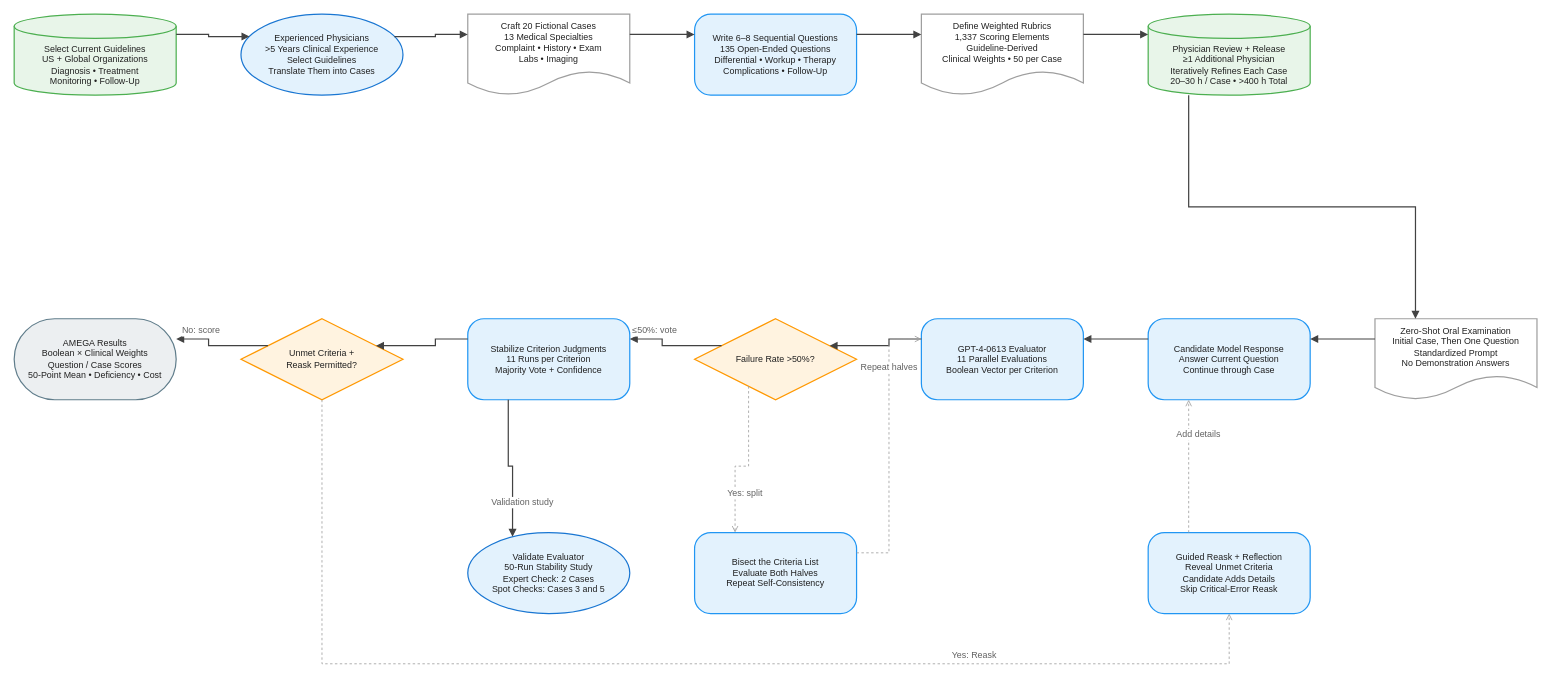
joe1chief/benchmark-hub keeps this draw.io diagram as client/public/drawio/AMEGA-LLM/AMEGA-LLM.en.drawio. Above is the earlier version. Source tidied: cells renumbered, new cells numbered last; positions are measured from the earlier drawing's top-left corner, leaving out a move shared by most shapes. Both pictures are drawn from the tidied source at 81%, with x=0, y=0 at pixel (14, 14).
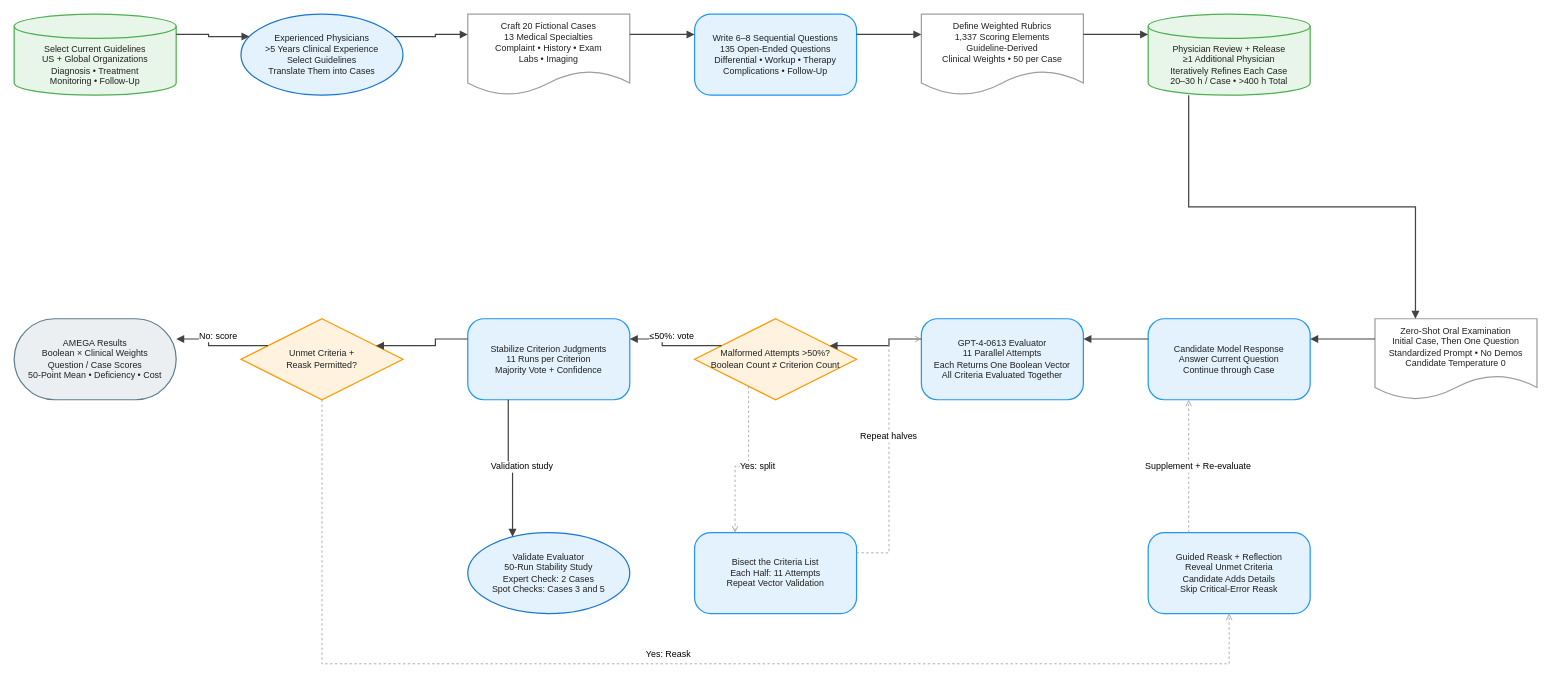
The same diagram, later.

Unchanged cells that the change refers to:
```xml
<mxCell id="9" value="Candidate Model Response&#10;Answer Current Question&#10;Continue through Case" style="rounded=1;arcSize=20;html=0;convertToSvg=1;whiteSpace=wrap;fillColor=#E3F2FD;strokeColor=#2196F3;strokeWidth=1.5;fontColor=#212121;fontSize=11;fontFamily=Arial, Helvetica, sans-serif;verticalAlign=middle;align=center;" parent="1" vertex="1">
  <mxGeometry x="1400" y="376" width="200" height="100" as="geometry" />
</mxCell>
<mxCell id="13" value="Unmet Criteria +&#10;Reask Permitted?" style="rhombus;html=0;convertToSvg=1;whiteSpace=wrap;fillColor=#FFF3E0;strokeColor=#FF9800;strokeWidth=1.5;fontColor=#212121;fontSize=11;fontFamily=Arial, Helvetica, sans-serif;verticalAlign=middle;align=center;" parent="1" vertex="1">
  <mxGeometry x="280" y="376" width="200" height="100" as="geometry" />
</mxCell>
<mxCell id="14" value="Guided Reask + Reflection&#10;Reveal Unmet Criteria&#10;Candidate Adds Details&#10;Skip Critical-Error Reask" style="rounded=1;arcSize=20;html=0;convertToSvg=1;whiteSpace=wrap;fillColor=#E3F2FD;strokeColor=#2196F3;strokeWidth=1.5;fontColor=#212121;fontSize=11;fontFamily=Arial, Helvetica, sans-serif;verticalAlign=middle;align=center;" parent="1" vertex="1">
  <mxGeometry x="1400" y="640" width="200" height="100" as="geometry" />
</mxCell>
<mxCell id="15" value="Stabilize Criterion Judgments&#10;11 Runs per Criterion&#10;Majority Vote + Confidence" style="rounded=1;arcSize=20;html=0;convertToSvg=1;whiteSpace=wrap;fillColor=#E3F2FD;strokeColor=#2196F3;strokeWidth=1.5;fontColor=#212121;fontSize=11;fontFamily=Arial, Helvetica, sans-serif;verticalAlign=middle;align=center;" parent="1" vertex="1">
  <mxGeometry x="560" y="376" width="200" height="100" as="geometry" />
</mxCell>
<mxCell id="16" value="AMEGA Results&#10;Boolean × Clinical Weights&#10;Question / Case Scores&#10;50-Point Mean • Deficiency • Cost" style="rounded=1;arcSize=50;html=0;convertToSvg=1;whiteSpace=wrap;fillColor=#ECEFF1;strokeColor=#607D8B;strokeWidth=1.5;fontColor=#212121;fontSize=11;fontFamily=Arial, Helvetica, sans-serif;verticalAlign=middle;align=center;" parent="1" vertex="1">
  <mxGeometry y="376" width="200" height="100" as="geometry" />
</mxCell>
<mxCell id="17" value="Validate Evaluator&#10;50-Run Stability Study&#10;Expert Check: 2 Cases&#10;Spot Checks: Cases 3 and 5" style="ellipse;html=0;convertToSvg=1;whiteSpace=wrap;fillColor=#E3F2FD;strokeColor=#1976D2;strokeWidth=1.5;fontColor=#212121;fontSize=11;fontFamily=Arial, Helvetica, sans-serif;verticalAlign=middle;align=center;" parent="1" vertex="1">
  <mxGeometry x="560" y="640" width="200" height="100" as="geometry" />
</mxCell>
```

The edit, as a diff of the source:
```diff
@@
-    <mxCell id="8" value="Zero-Shot Oral Examination&#10;Initial Case, Then One Question&#10;Standardized Prompt&#10;No Demonstration Answers" style="shape=document;boundedLbl=1;html=0;convertToSvg=1;whiteSpace=wrap;fillColor=#FFFFFF;strokeColor=#9E9E9E;strokeWidth=1.5;fontColor=#212121;fontSize=11;fontFamily=Arial, Helvetica, sans-serif;verticalAlign=middle;align=center;" parent="1" vertex="1">
+    <mxCell id="8" value="Zero-Shot Oral Examination&#10;Initial Case, Then One Question&#10;Standardized Prompt • No Demos&#10;Candidate Temperature 0" style="shape=document;boundedLbl=1;html=0;convertToSvg=1;whiteSpace=wrap;fillColor=#FFFFFF;strokeColor=#9E9E9E;strokeWidth=1.5;fontColor=#212121;fontSize=11;fontFamily=Arial, Helvetica, sans-serif;verticalAlign=middle;align=center;" parent="1" vertex="1">
       <mxGeometry x="1680" y="376" width="200" height="100" as="geometry" />
     </mxCell>
@@
-    <mxCell id="10" value="GPT-4-0613 Evaluator&#10;11 Parallel Evaluations&#10;Boolean Vector per Criterion" style="rounded=1;arcSize=20;html=0;convertToSvg=1;whiteSpace=wrap;fillColor=#E3F2FD;strokeColor=#2196F3;strokeWidth=1.5;fontColor=#212121;fontSize=11;fontFamily=Arial, Helvetica, sans-serif;verticalAlign=middle;align=center;" parent="1" vertex="1">
+    <mxCell id="10" value="GPT-4-0613 Evaluator&#10;11 Parallel Attempts&#10;Each Returns One Boolean Vector&#10;All Criteria Evaluated Together" style="rounded=1;arcSize=20;html=0;convertToSvg=1;whiteSpace=wrap;fillColor=#E3F2FD;strokeColor=#2196F3;strokeWidth=1.5;fontColor=#212121;fontSize=11;fontFamily=Arial, Helvetica, sans-serif;verticalAlign=middle;align=center;" parent="1" vertex="1">
       <mxGeometry x="1120" y="376" width="200" height="100" as="geometry" />
     </mxCell>
-    <mxCell id="11" value="Failure Rate &gt;50%?" style="rhombus;html=0;convertToSvg=1;whiteSpace=wrap;fillColor=#FFF3E0;strokeColor=#FF9800;strokeWidth=1.5;fontColor=#212121;fontSize=11;fontFamily=Arial, Helvetica, sans-serif;verticalAlign=middle;align=center;" parent="1" vertex="1">
+    <mxCell id="11" value="Malformed Attempts &gt;50%?&#10;Boolean Count ≠ Criterion Count" style="rhombus;html=0;convertToSvg=1;whiteSpace=wrap;fillColor=#FFF3E0;strokeColor=#FF9800;strokeWidth=1.5;fontColor=#212121;fontSize=11;fontFamily=Arial, Helvetica, sans-serif;verticalAlign=middle;align=center;" parent="1" vertex="1">
       <mxGeometry x="840" y="376" width="200" height="100" as="geometry" />
     </mxCell>
-    <mxCell id="12" value="Bisect the Criteria List&#10;Evaluate Both Halves&#10;Repeat Self-Consistency" style="rounded=1;arcSize=20;html=0;convertToSvg=1;whiteSpace=wrap;fillColor=#E3F2FD;strokeColor=#2196F3;strokeWidth=1.5;fontColor=#212121;fontSize=11;fontFamily=Arial, Helvetica, sans-serif;verticalAlign=middle;align=center;" parent="1" vertex="1">
+    <mxCell id="12" value="Bisect the Criteria List&#10;Each Half: 11 Attempts&#10;Repeat Vector Validation" style="rounded=1;arcSize=20;html=0;convertToSvg=1;whiteSpace=wrap;fillColor=#E3F2FD;strokeColor=#2196F3;strokeWidth=1.5;fontColor=#212121;fontSize=11;fontFamily=Arial, Helvetica, sans-serif;verticalAlign=middle;align=center;" parent="1" vertex="1">
       <mxGeometry x="840" y="640" width="200" height="100" as="geometry" />
     </mxCell>
@@
-    <mxCell id="27" style="edgeStyle=orthogonalEdgeStyle;rounded=0;jettySize=auto;html=0;convertToSvg=1;strokeColor=#9E9E9E;strokeWidth=1;endArrow=open;endFill=0;exitX=0.25;exitY=1;exitDx=0;exitDy=0;entryX=0.25;entryY=0;entryDx=0;entryDy=0;dashed=1;dashPattern=3 3;jumpStyle=arc;jumpSize=8;" parent="1" edge="1" source="11" target="12">
-      <mxGeometry relative="1" as="geometry" />
+    <mxCell id="27" value="Yes: split" style="edgeStyle=orthogonalEdgeStyle;rounded=0;jettySize=auto;html=0;convertToSvg=1;strokeColor=#9E9E9E;strokeWidth=1;endArrow=open;endFill=0;exitX=0.25;exitY=1;exitDx=0;exitDy=0;entryX=0.25;entryY=0;entryDx=0;entryDy=0;dashed=1;dashPattern=3 3;jumpStyle=arc;jumpSize=8;" parent="1" edge="1" source="11" target="12">
+      <mxGeometry relative="1" as="geometry">
+        <mxPoint x="12" as="offset" />
+      </mxGeometry>
     </mxCell>
-    <mxCell id="28" value="Yes: split" style="edgeLabel;html=0;convertToSvg=1;align=center;verticalAlign=middle;fontSize=11;fontColor=#616161;" parent="27" vertex="1">
-      <mxGeometry x="0.5" relative="1" as="geometry">
-        <mxPoint x="12" as="offset" />
-      </mxGeometry>
-    </mxCell>
-    <mxCell id="29" style="edgeStyle=orthogonalEdgeStyle;rounded=0;jettySize=auto;html=0;convertToSvg=1;strokeColor=#9E9E9E;strokeWidth=1;endArrow=open;endFill=0;exitX=1;exitY=0.25;exitDx=0;exitDy=0;entryX=0;entryY=0.25;entryDx=0;entryDy=0;dashed=1;dashPattern=3 3;jumpStyle=arc;jumpSize=8;" parent="1" edge="1" source="12" target="10">
-      <mxGeometry relative="1" as="geometry" />
+    <mxCell id="29" value="Repeat halves" style="edgeStyle=orthogonalEdgeStyle;rounded=0;jettySize=auto;html=0;convertToSvg=1;strokeColor=#9E9E9E;strokeWidth=1;endArrow=open;endFill=0;exitX=1;exitY=0.25;exitDx=0;exitDy=0;entryX=0;entryY=0.25;entryDx=0;entryDy=0;dashed=1;dashPattern=3 3;jumpStyle=arc;jumpSize=8;" parent="1" edge="1" source="12" target="10">
+      <mxGeometry relative="1" as="geometry">
+        <mxPoint y="-12" as="offset" />
+      </mxGeometry>
     </mxCell>
-    <mxCell id="30" value="Repeat halves" style="edgeLabel;html=0;convertToSvg=1;align=center;verticalAlign=middle;fontSize=11;fontColor=#616161;" parent="29" vertex="1">
-      <mxGeometry x="0.5" relative="1" as="geometry">
-        <mxPoint y="-12" as="offset" />
-      </mxGeometry>
-    </mxCell>
-    <mxCell id="31" style="edgeStyle=orthogonalEdgeStyle;rounded=0;jettySize=auto;html=0;convertToSvg=1;strokeColor=#424242;strokeWidth=1.5;endArrow=block;endFill=1;exitX=0;exitY=0.25;exitDx=0;exitDy=0;entryX=1;entryY=0.25;entryDx=0;entryDy=0;jumpStyle=arc;jumpSize=8;" parent="1" edge="1" source="11" target="15">
-      <mxGeometry relative="1" as="geometry" />
+    <mxCell id="31" value="≤50%: vote" style="edgeStyle=orthogonalEdgeStyle;rounded=0;jettySize=auto;html=0;convertToSvg=1;strokeColor=#424242;strokeWidth=1.5;endArrow=block;endFill=1;exitX=0;exitY=0.25;exitDx=0;exitDy=0;entryX=1;entryY=0.25;entryDx=0;entryDy=0;jumpStyle=arc;jumpSize=8;" parent="1" edge="1" source="11" target="15">
+      <mxGeometry relative="1" as="geometry">
+        <mxPoint y="-12" as="offset" />
+      </mxGeometry>
     </mxCell>
-    <mxCell id="32" value="≤50%: vote" style="edgeLabel;html=0;convertToSvg=1;align=center;verticalAlign=middle;fontSize=11;fontColor=#616161;" parent="31" vertex="1">
-      <mxGeometry x="0.5" relative="1" as="geometry">
-        <mxPoint y="-12" as="offset" />
-      </mxGeometry>
-    </mxCell>
@@
-    <mxCell id="34" style="edgeStyle=orthogonalEdgeStyle;rounded=0;jettySize=auto;html=0;convertToSvg=1;strokeColor=#9E9E9E;strokeWidth=1;endArrow=open;endFill=0;dashed=1;dashPattern=3 3;jumpStyle=arc;jumpSize=8;" parent="1" edge="1" source="13" target="14">
+    <mxCell id="34" value="Yes: Reask" style="edgeStyle=orthogonalEdgeStyle;rounded=0;jettySize=auto;html=0;convertToSvg=1;strokeColor=#9E9E9E;strokeWidth=1;endArrow=open;endFill=0;dashed=1;dashPattern=3 3;jumpStyle=arc;jumpSize=8;" parent="1" edge="1" source="13" target="14">
       <mxGeometry relative="1" as="geometry">
         <Array as="points">
           <mxPoint x="380" y="802" />
           <mxPoint x="1500" y="802" />
         </Array>
+        <mxPoint y="-12" as="offset" />
       </mxGeometry>
     </mxCell>
-    <mxCell id="35" value="Yes: Reask" style="edgeLabel;html=0;convertToSvg=1;align=center;verticalAlign=middle;fontSize=11;fontColor=#616161;" parent="34" vertex="1">
-      <mxGeometry x="0.5" relative="1" as="geometry">
-        <mxPoint y="-12" as="offset" />
-      </mxGeometry>
-    </mxCell>
-    <mxCell id="36" style="edgeStyle=orthogonalEdgeStyle;rounded=0;jettySize=auto;html=0;convertToSvg=1;strokeColor=#9E9E9E;strokeWidth=1;endArrow=open;endFill=0;exitX=0.25;exitY=0;exitDx=0;exitDy=0;entryX=0.25;entryY=1;entryDx=0;entryDy=0;dashed=1;dashPattern=3 3;jumpStyle=arc;jumpSize=8;" parent="1" edge="1" source="14" target="9">
-      <mxGeometry relative="1" as="geometry" />
+    <mxCell id="36" value="Supplement + Re-evaluate" style="edgeStyle=orthogonalEdgeStyle;rounded=0;jettySize=auto;html=0;convertToSvg=1;strokeColor=#9E9E9E;strokeWidth=1;endArrow=open;endFill=0;exitX=0.25;exitY=0;exitDx=0;exitDy=0;entryX=0.25;entryY=1;entryDx=0;entryDy=0;dashed=1;dashPattern=3 3;jumpStyle=arc;jumpSize=8;" parent="1" edge="1" source="14" target="9">
+      <mxGeometry relative="1" as="geometry">
+        <mxPoint x="12" as="offset" />
+      </mxGeometry>
     </mxCell>
-    <mxCell id="37" value="Add details" style="edgeLabel;html=0;convertToSvg=1;align=center;verticalAlign=middle;fontSize=11;fontColor=#616161;" parent="36" vertex="1">
-      <mxGeometry x="0.5" relative="1" as="geometry">
-        <mxPoint x="12" as="offset" />
-      </mxGeometry>
-    </mxCell>
-    <mxCell id="38" style="edgeStyle=orthogonalEdgeStyle;rounded=0;jettySize=auto;html=0;convertToSvg=1;strokeColor=#424242;strokeWidth=1.5;endArrow=block;endFill=1;exitX=0;exitY=0.25;exitDx=0;exitDy=0;entryX=1;entryY=0.25;entryDx=0;entryDy=0;jumpStyle=arc;jumpSize=8;" parent="1" edge="1" source="13" target="16">
-      <mxGeometry relative="1" as="geometry" />
+    <mxCell id="38" value="No: score" style="edgeStyle=orthogonalEdgeStyle;rounded=0;jettySize=auto;html=0;convertToSvg=1;strokeColor=#424242;strokeWidth=1.5;endArrow=block;endFill=1;exitX=0;exitY=0.25;exitDx=0;exitDy=0;entryX=1;entryY=0.25;entryDx=0;entryDy=0;jumpStyle=arc;jumpSize=8;" parent="1" edge="1" source="13" target="16">
+      <mxGeometry relative="1" as="geometry">
+        <mxPoint y="-12" as="offset" />
+      </mxGeometry>
     </mxCell>
-    <mxCell id="39" value="No: score" style="edgeLabel;html=0;convertToSvg=1;align=center;verticalAlign=middle;fontSize=11;fontColor=#616161;" parent="38" vertex="1">
-      <mxGeometry x="0.5" relative="1" as="geometry">
-        <mxPoint y="-12" as="offset" />
-      </mxGeometry>
-    </mxCell>
-    <mxCell id="40" style="edgeStyle=orthogonalEdgeStyle;rounded=0;jettySize=auto;html=0;convertToSvg=1;strokeColor=#424242;strokeWidth=1.5;endArrow=block;endFill=1;exitX=0.25;exitY=1;exitDx=0;exitDy=0;entryX=0.25;entryY=0;entryDx=0;entryDy=0;jumpStyle=arc;jumpSize=8;" parent="1" edge="1" source="15" target="17">
-      <mxGeometry relative="1" as="geometry" />
+    <mxCell id="40" value="Validation study" style="edgeStyle=orthogonalEdgeStyle;rounded=0;jettySize=auto;html=0;convertToSvg=1;strokeColor=#424242;strokeWidth=1.5;endArrow=block;endFill=1;exitX=0.25;exitY=1;exitDx=0;exitDy=0;entryX=0.25;entryY=0;entryDx=0;entryDy=0;jumpStyle=arc;jumpSize=8;" parent="1" edge="1" source="15" target="17">
+      <mxGeometry relative="1" as="geometry">
+        <mxPoint x="12" as="offset" />
+      </mxGeometry>
     </mxCell>
-    <mxCell id="41" value="Validation study" style="edgeLabel;html=0;convertToSvg=1;align=center;verticalAlign=middle;fontSize=11;fontColor=#616161;" parent="40" vertex="1">
-      <mxGeometry x="0.5" relative="1" as="geometry">
-        <mxPoint x="12" as="offset" />
-      </mxGeometry>
-    </mxCell>
```
